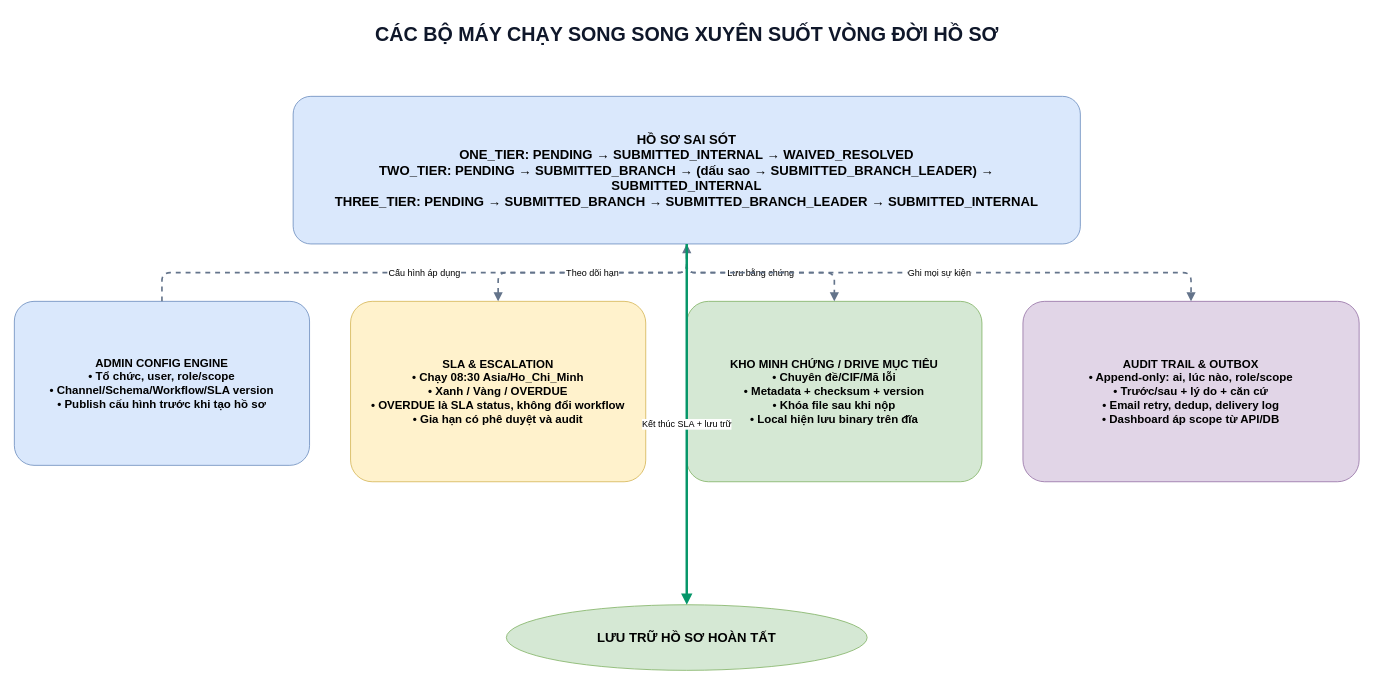
The draw.io diagram page "02 - Bộ máy chạy song song" (2 of 2) of LUU_DO_VAN_HANH_CHI_TIET.drawio in Kiemtra07/BGRC, before the edit. Source tidied: cells renumbered, new cells numbered last; positions are measured from the earlier drawing's top-left corner, leaving out a move shared by most shapes. Both pictures are drawn from the tidied source at 82%, with x=0, y=0 at pixel (14, 14).
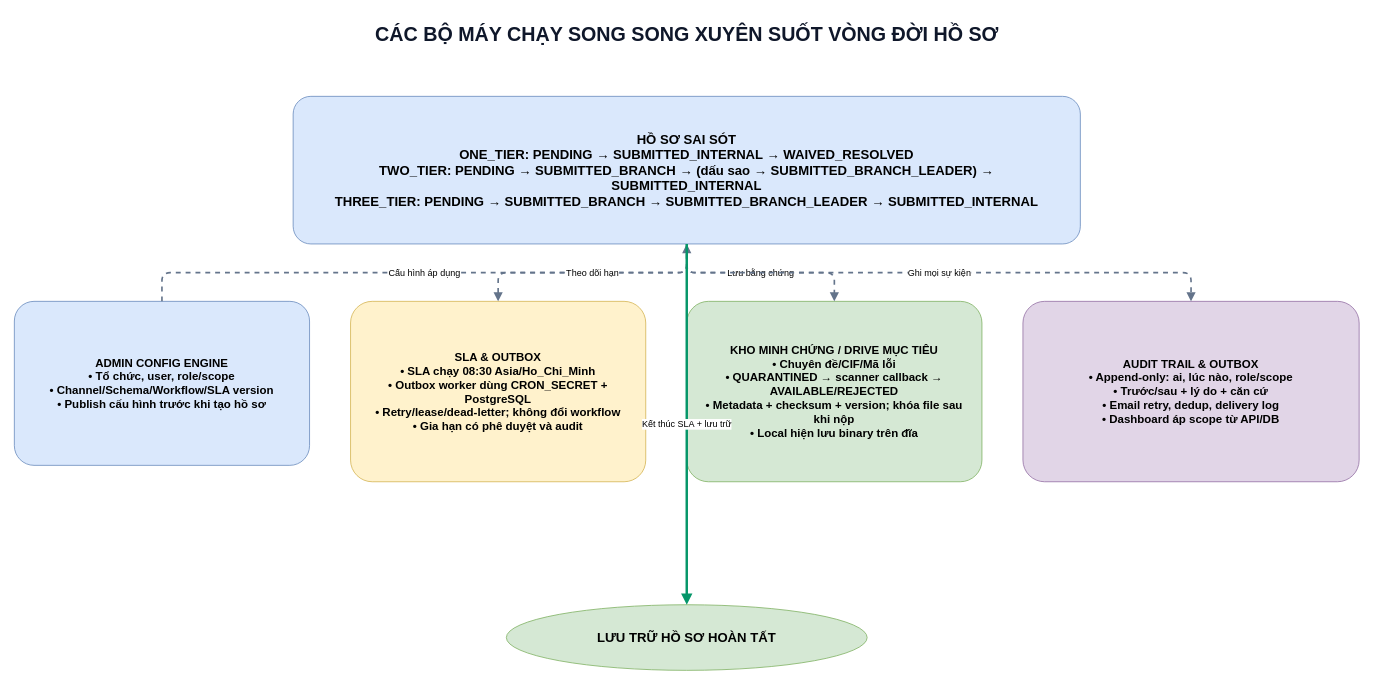
Above is the later version.

What changed in the source:
```diff
@@
 <mxGraphModel>
   <root>
     <mxCell id="0" />
     <mxCell id="1" parent="0" />
     <mxCell id="2" value="CÁC BỘ MÁY CHẠY SONG SONG XUYÊN SUỐT VÒNG ĐỜI HỒ SƠ" style="text;html=1;align=center;verticalAlign=middle;fontSize=24;fontStyle=1;fontColor=#0f172a;" parent="1" vertex="1">
       <mxGeometry x="220" width="1200" height="50" as="geometry" />
     </mxCell>
     <mxCell id="3" value="HỒ SƠ SAI SÓT&#10;ONE_TIER: PENDING → SUBMITTED_INTERNAL → WAIVED_RESOLVED&#10;TWO_TIER: PENDING → SUBMITTED_BRANCH → (dấu sao → SUBMITTED_BRANCH_LEADER) → SUBMITTED_INTERNAL&#10;THREE_TIER: PENDING → SUBMITTED_BRANCH → SUBMITTED_BRANCH_LEADER → SUBMITTED_INTERNAL" style="rounded=1;arcSize=12;whiteSpace=wrap;html=1;fillColor=#dae8fc;strokeColor=#6c8ebf;fontSize=16;fontStyle=1;spacing=14;" parent="1" vertex="1">
       <mxGeometry x="340" y="100" width="960" height="180" as="geometry" />
     </mxCell>
     <mxCell id="4" value="ADMIN CONFIG ENGINE&#10;• Tổ chức, user, role/scope&#10;• Channel/Schema/Workflow/SLA version&#10;• Publish cấu hình trước khi tạo hồ sơ" style="rounded=1;arcSize=12;whiteSpace=wrap;html=1;fillColor=#dae8fc;strokeColor=#6c8ebf;fontSize=14;fontStyle=1;spacing=14;" parent="1" vertex="1">
       <mxGeometry y="350" width="360" height="200" as="geometry" />
     </mxCell>
-    <mxCell id="5" value="SLA &amp; ESCALATION&#10;• Chạy 08:30 Asia/Ho_Chi_Minh&#10;• Xanh / Vàng / OVERDUE&#10;• OVERDUE là SLA status, không đổi workflow&#10;• Gia hạn có phê duyệt và audit" style="rounded=1;arcSize=12;whiteSpace=wrap;html=1;fillColor=#fff2cc;strokeColor=#d6b656;fontSize=14;fontStyle=1;spacing=14;" parent="1" vertex="1">
+    <mxCell id="5" value="SLA &amp; OUTBOX&#10;• SLA chạy 08:30 Asia/Ho_Chi_Minh&#10;• Outbox worker dùng CRON_SECRET + PostgreSQL&#10;• Retry/lease/dead-letter; không đổi workflow&#10;• Gia hạn có phê duyệt và audit" style="rounded=1;arcSize=12;whiteSpace=wrap;html=1;fillColor=#fff2cc;strokeColor=#d6b656;fontSize=14;fontStyle=1;spacing=14;" parent="1" vertex="1">
       <mxGeometry x="410" y="350" width="360" height="220" as="geometry" />
     </mxCell>
-    <mxCell id="6" value="KHO MINH CHỨNG / DRIVE MỤC TIÊU&#10;• Chuyên đề/CIF/Mã lỗi&#10;• Metadata + checksum + version&#10;• Khóa file sau khi nộp&#10;• Local hiện lưu binary trên đĩa" style="rounded=1;arcSize=12;whiteSpace=wrap;html=1;fillColor=#d5e8d4;strokeColor=#82b366;fontSize=14;fontStyle=1;spacing=14;" parent="1" vertex="1">
+    <mxCell id="6" value="KHO MINH CHỨNG / DRIVE MỤC TIÊU&#10;• Chuyên đề/CIF/Mã lỗi&#10;• QUARANTINED → scanner callback → AVAILABLE/REJECTED&#10;• Metadata + checksum + version; khóa file sau khi nộp&#10;• Local hiện lưu binary trên đĩa" style="rounded=1;arcSize=12;whiteSpace=wrap;html=1;fillColor=#d5e8d4;strokeColor=#82b366;fontSize=14;fontStyle=1;spacing=14;" parent="1" vertex="1">
       <mxGeometry x="820" y="350" width="360" height="220" as="geometry" />
     </mxCell>
     <mxCell id="7" value="AUDIT TRAIL &amp; OUTBOX&#10;• Append-only: ai, lúc nào, role/scope&#10;• Trước/sau + lý do + căn cứ&#10;• Email retry, dedup, delivery log&#10;• Dashboard áp scope từ API/DB" style="rounded=1;arcSize=12;whiteSpace=wrap;html=1;fillColor=#e1d5e7;strokeColor=#9673a6;fontSize=14;fontStyle=1;spacing=14;" parent="1" vertex="1">
       <mxGeometry x="1230" y="350" width="410" height="220" as="geometry" />
     </mxCell>
     <mxCell id="8" value="LƯU TRỮ HỒ SƠ HOÀN TẤT" style="ellipse;whiteSpace=wrap;html=1;fillColor=#d5e8d4;strokeColor=#82b366;fontSize=16;fontStyle=1;" parent="1" vertex="1">
       <mxGeometry x="600" y="720" width="440" height="80" as="geometry" />
     </mxCell>
     <mxCell id="9" value="Cấu hình áp dụng" style="edgeStyle=orthogonalEdgeStyle;rounded=1;jettySize=auto;html=1;strokeColor=#64748b;strokeWidth=2;dashed=1;endArrow=block;endFill=1;labelBackgroundColor=#ffffff;" parent="1" edge="1" source="4" target="3">
       <mxGeometry relative="1" as="geometry" />
     </mxCell>
     <mxCell id="10" value="Theo dõi hạn" style="edgeStyle=orthogonalEdgeStyle;rounded=1;jettySize=auto;html=1;strokeColor=#64748b;strokeWidth=2;dashed=1;endArrow=block;endFill=1;labelBackgroundColor=#ffffff;" parent="1" edge="1" source="3" target="5">
       <mxGeometry relative="1" as="geometry" />
     </mxCell>
     <mxCell id="11" value="Lưu bằng chứng" style="edgeStyle=orthogonalEdgeStyle;rounded=1;jettySize=auto;html=1;strokeColor=#64748b;strokeWidth=2;dashed=1;endArrow=block;endFill=1;labelBackgroundColor=#ffffff;" parent="1" edge="1" source="3" target="6">
       <mxGeometry relative="1" as="geometry" />
     </mxCell>
     <mxCell id="12" value="Ghi mọi sự kiện" style="edgeStyle=orthogonalEdgeStyle;rounded=1;jettySize=auto;html=1;strokeColor=#64748b;strokeWidth=2;dashed=1;endArrow=block;endFill=1;labelBackgroundColor=#ffffff;" parent="1" edge="1" source="3" target="7">
       <mxGeometry relative="1" as="geometry" />
     </mxCell>
     <mxCell id="13" value="Kết thúc SLA + lưu trữ" style="edgeStyle=orthogonalEdgeStyle;rounded=1;jettySize=auto;html=1;strokeColor=#059669;strokeWidth=3;endArrow=block;endFill=1;labelBackgroundColor=#ffffff;" parent="1" edge="1" source="3" target="8">
       <mxGeometry relative="1" as="geometry" />
     </mxCell>
   </root>
 </mxGraphModel>
```
